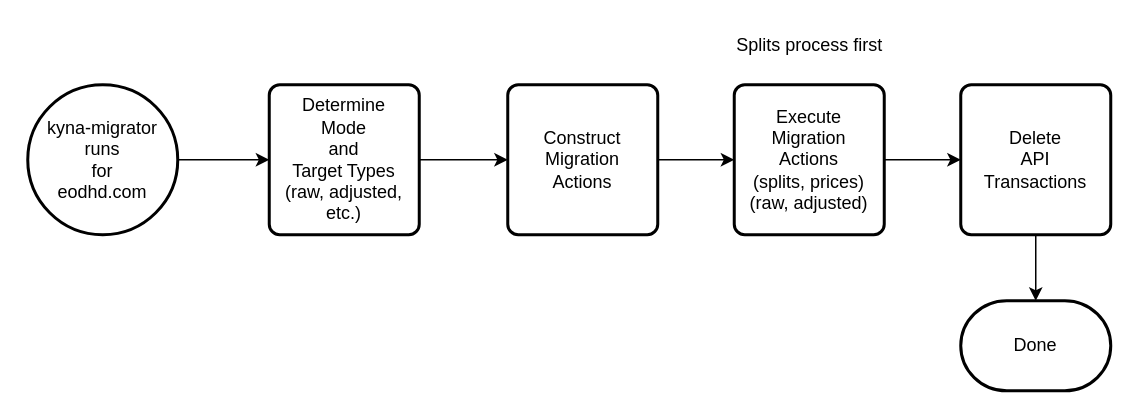
Before: page "Data Migration Flow 2" (7 of 7) of docs/drawio/Kyna.drawio in vicsharp-shibusa/kyna, a draw.io diagram. Source tidied: cells renumbered, new cells numbered last; positions are measured from the earlier drawing's top-left corner, leaving out a move shared by most shapes. Both pictures are drawn from the tidied source at 150%, with x=0, y=0 at pixel (27, 26).
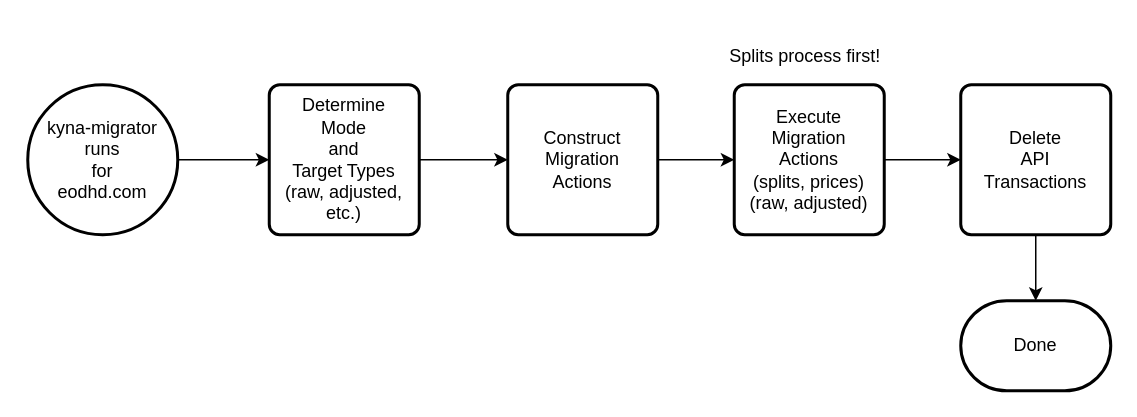
After the change.

The edit, as a diff of the source:
```diff
@@
 <mxGraphModel>
   <root>
     <mxCell id="0" />
     <mxCell id="1" parent="0" />
     <mxCell id="2" style="edgeStyle=none;rounded=0;jettySize=auto;html=1;" parent="1" edge="1" source="3" target="7">
       <mxGeometry relative="1" as="geometry" />
     </mxCell>
     <mxCell id="3" value="kyna-migrator&lt;br&gt;runs&lt;br&gt;for&lt;br&gt;eodhd.com" style="strokeWidth=2;html=1;shape=mxgraph.flowchart.start_2;whiteSpace=wrap;" parent="1" vertex="1">
       <mxGeometry y="39" width="100" height="100" as="geometry" />
     </mxCell>
     <mxCell id="4" style="edgeStyle=none;rounded=0;jettySize=auto;html=1;" parent="1" edge="1" source="5" target="11">
       <mxGeometry relative="1" as="geometry" />
     </mxCell>
     <mxCell id="5" value="Execute&lt;br&gt;Migration&lt;br&gt;Actions&lt;br&gt;(splits, prices)&lt;br&gt;(raw, adjusted)" style="rounded=1;whiteSpace=wrap;html=1;absoluteArcSize=1;arcSize=14;strokeWidth=2;" parent="1" vertex="1">
       <mxGeometry x="471" y="39" width="100" height="100" as="geometry" />
     </mxCell>
     <mxCell id="6" style="edgeStyle=none;rounded=0;jettySize=auto;html=1;" parent="1" edge="1" source="7" target="9">
       <mxGeometry relative="1" as="geometry" />
     </mxCell>
     <mxCell id="7" value="Determine&lt;br&gt;Mode&lt;br&gt;and&lt;br&gt;Target Types&lt;br&gt;(raw, adjusted, etc.)" style="rounded=1;whiteSpace=wrap;html=1;absoluteArcSize=1;arcSize=14;strokeWidth=2;" parent="1" vertex="1">
       <mxGeometry x="161" y="39" width="100" height="100" as="geometry" />
     </mxCell>
     <mxCell id="8" style="edgeStyle=none;rounded=0;jettySize=auto;html=1;" parent="1" edge="1" source="9" target="5">
       <mxGeometry relative="1" as="geometry" />
     </mxCell>
     <mxCell id="9" value="Construct&lt;br&gt;Migration&lt;br&gt;Actions" style="rounded=1;whiteSpace=wrap;html=1;absoluteArcSize=1;arcSize=14;strokeWidth=2;" parent="1" vertex="1">
       <mxGeometry x="320" y="39" width="100" height="100" as="geometry" />
     </mxCell>
     <mxCell id="10" style="edgeStyle=none;rounded=0;jettySize=auto;html=1;" parent="1" edge="1" source="11" target="12">
       <mxGeometry relative="1" as="geometry" />
     </mxCell>
     <mxCell id="11" value="Delete&lt;br&gt;API&lt;br&gt;Transactions" style="rounded=1;whiteSpace=wrap;html=1;absoluteArcSize=1;arcSize=14;strokeWidth=2;" parent="1" vertex="1">
       <mxGeometry x="622" y="39" width="100" height="100" as="geometry" />
     </mxCell>
     <mxCell id="12" value="Done" style="strokeWidth=2;html=1;shape=mxgraph.flowchart.terminator;whiteSpace=wrap;" parent="1" vertex="1">
       <mxGeometry x="622" y="183" width="100" height="60" as="geometry" />
     </mxCell>
-    <mxCell id="13" value="Splits process first" style="text;html=1;align=center;verticalAlign=middle;strokeColor=none;fillColor=none;" parent="1" vertex="1">
-      <mxGeometry x="463.5" width="115" height="26" as="geometry" />
+    <mxCell id="13" value="Splits process first!" style="text;html=1;align=center;verticalAlign=middle;strokeColor=none;fillColor=none;" parent="1" vertex="1">
+      <mxGeometry x="458" y="7" width="119" height="26" as="geometry" />
     </mxCell>
   </root>
 </mxGraphModel>
```
